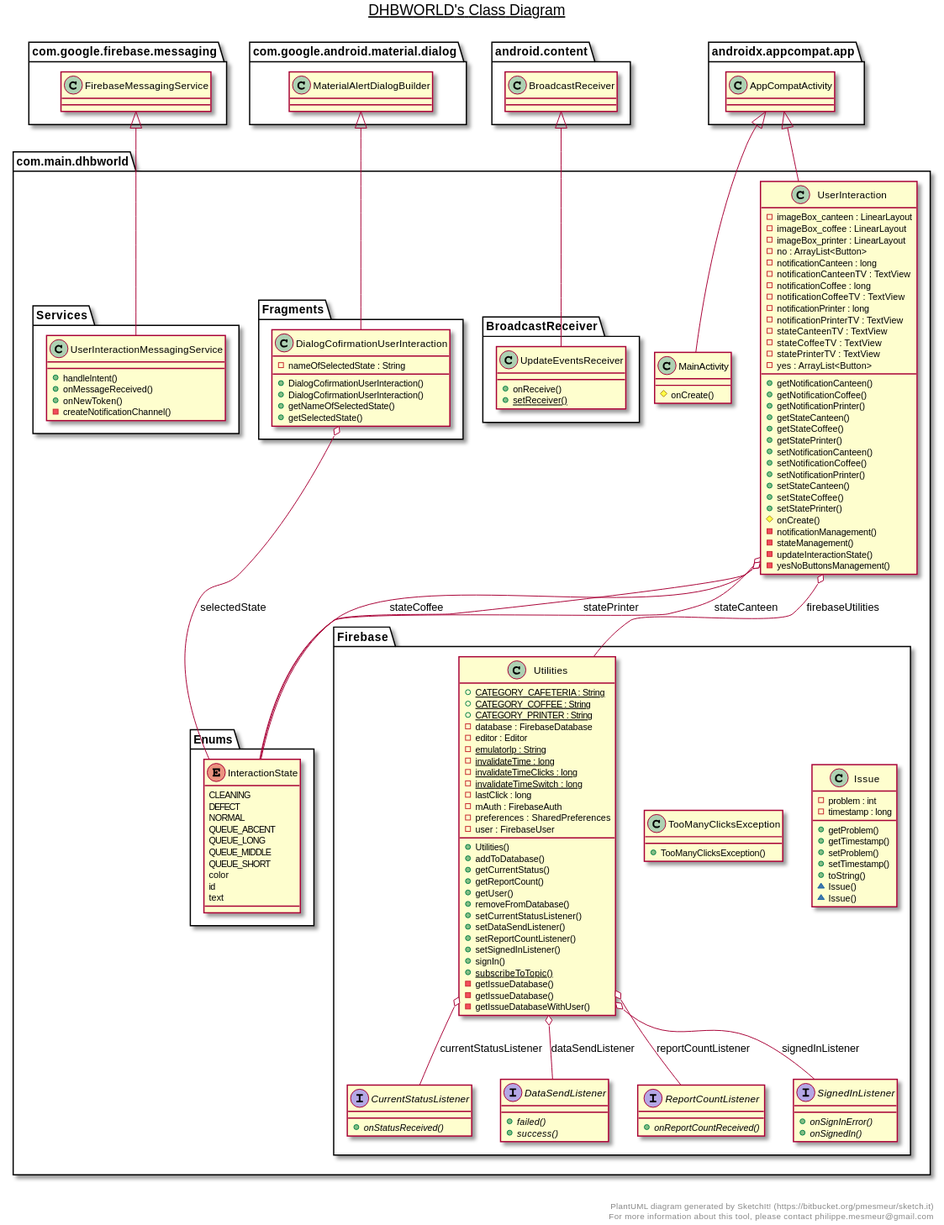
Before: Class Diagram/ClassDiagram_UserInteraction.svg, a diagram exported from PlantUML (inFumumVerti/DHBWorld-Docu).
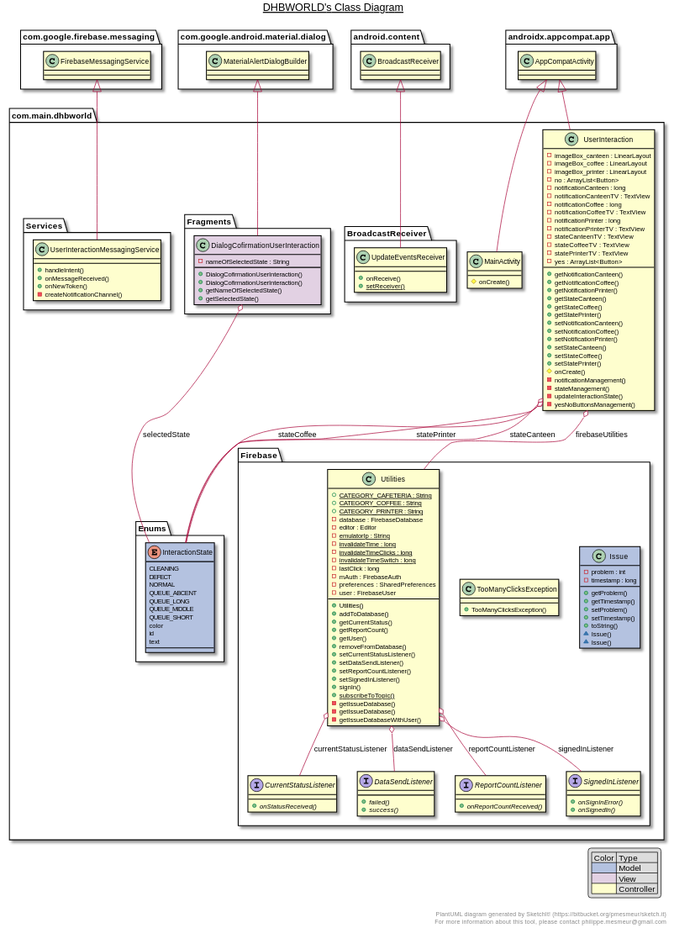
Later version of the same file.

Commit message:
Updated User Interaction

Change to the diagram source:
```diff
@@ -1,4 +1,13 @@
 @startuml
+
+skinparam classBorderColor black
+
+legend right
+    | Color | Type |
+    |<#B4C2E0>| Model |
+    |<#E2D1E3>| View |
+    |<#FEFECE>| Controller |
+endlegend
 
 title __DHBWORLD's Class Diagram__\n
 
@@ -56,7 +65,7 @@
 
   namespace com.main.dhbworld {
     namespace Enums {
-      enum InteractionState {
+      enum InteractionState #B4C2E0 {
         CLEANING
         DEFECT
         NORMAL
@@ -92,7 +101,7 @@
 
     namespace com.main.dhbworld {
       namespace Firebase {
-        class com.main.dhbworld.Firebase.Issue {
+        class com.main.dhbworld.Firebase.Issue #B4C2E0 {
             - problem : int
             - timestamp : long
             + getProblem()
@@ -172,7 +181,7 @@
 
   namespace com.main.dhbworld {
     namespace Fragments {
-      class com.main.dhbworld.Fragments.DialogCofirmationUserInteraction {
+      class com.main.dhbworld.Fragments.DialogCofirmationUserInteraction #E2D1E3 {
           - nameOfSelectedState : String
           + DialogCofirmationUserInteraction()
           + DialogCofirmationUserInteraction()
@@ -216,9 +225,7 @@
   com.main.dhbworld.UserInteraction o-- com.main.dhbworld.Enums.InteractionState : stateCoffee
   com.main.dhbworld.UserInteraction o-- com.main.dhbworld.Enums.InteractionState : statePrinter
 
-
 right footer
-
 
 PlantUML diagram generated by SketchIt! (https://bitbucket.org/pmesmeur/sketch.it)
 For more information about this tool, please contact philippe.mesmeur@gmail.com
```
